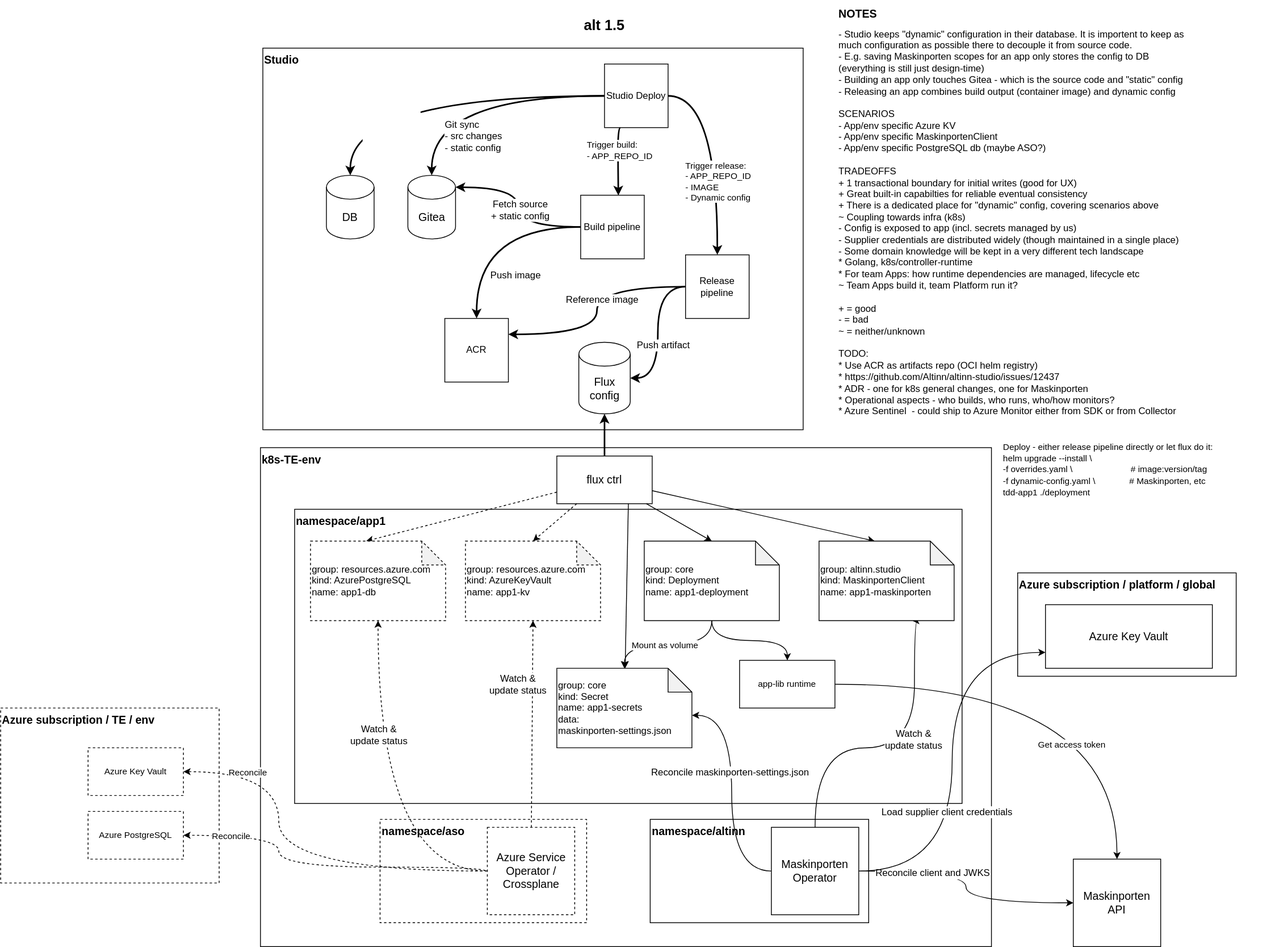
Altinn/altinn-k8s-operator keeps this draw.io diagram as docs/maskinporten.drawio.svg. Above is the earlier version. Source tidied: cells renumbered, new cells last; positions are measured from the earlier drawing's top-left corner, leaving out a move shared by most shapes.
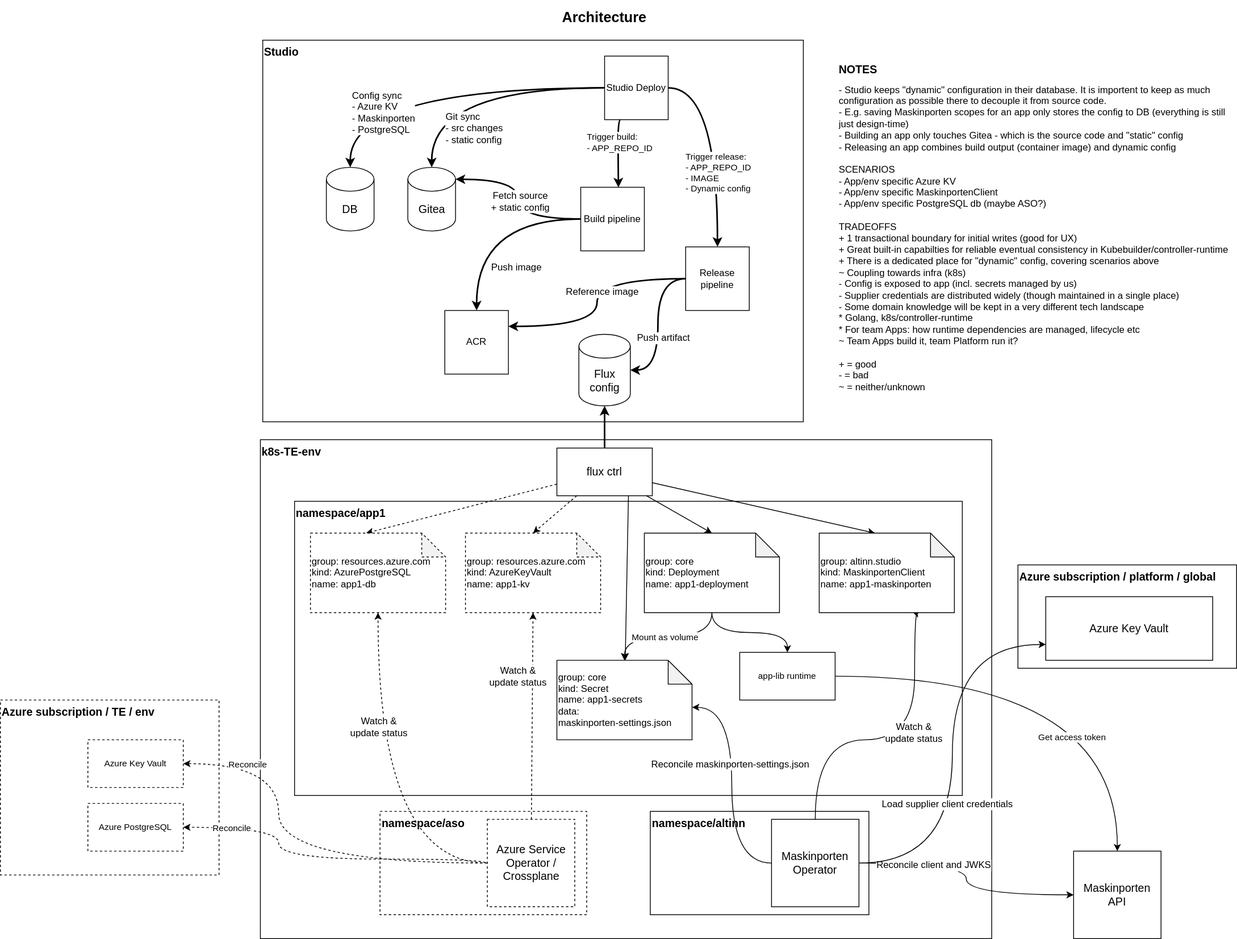
The same diagram one commit later.

Diff of the diagram source:
```diff
@@ -28,12 +28,12 @@
     <mxCell id="9" value="Studio" style="rounded=0;whiteSpace=wrap;html=1;fontSize=14;fillColor=none;verticalAlign=top;align=left;fontStyle=1;" parent="1" vertex="1">
       <mxGeometry x="330" y="50" width="680" height="480" as="geometry" />
     </mxCell>
-    <mxCell id="10" style="edgeStyle=orthogonalEdgeStyle;html=1;entryX=0.5;entryY=0;entryDx=0;entryDy=0;entryPerimeter=0;fontSize=11;fontColor=#FFFFFF;curved=1;strokeWidth=2;" parent="1" edge="1" source="18" target="30">
+    <mxCell id="10" style="edgeStyle=orthogonalEdgeStyle;html=1;entryX=0.5;entryY=0;entryDx=0;entryDy=0;entryPerimeter=0;fontSize=12;fontColor=default;curved=1;strokeWidth=2;labelBackgroundColor=default;" parent="1" edge="1" source="18" target="30">
       <mxGeometry relative="1" as="geometry" />
     </mxCell>
-    <mxCell id="11" value="&lt;div style=&quot;text-align: left;&quot;&gt;Config sync&lt;/div&gt;&lt;div style=&quot;text-align: left;&quot;&gt;- Azure KV&lt;/div&gt;&lt;div style=&quot;text-align: left;&quot;&gt;- Maskinporten&lt;/div&gt;&lt;div style=&quot;text-align: left;&quot;&gt;- PostgreSQL&lt;/div&gt;" style="edgeLabel;html=1;align=center;verticalAlign=middle;fontSize=11;fontColor=#FFFFFF;" parent="10" vertex="1">
-      <mxGeometry x="0.32" y="10" relative="1" as="geometry">
-        <mxPoint x="7" y="20" as="offset" />
+    <mxCell id="11" value="&lt;div style=&quot;text-align: left; font-size: 12px;&quot;&gt;Config sync&lt;/div&gt;&lt;div style=&quot;text-align: left; font-size: 12px;&quot;&gt;- Azure KV&lt;/div&gt;&lt;div style=&quot;text-align: left; font-size: 12px;&quot;&gt;- Maskinporten&lt;/div&gt;&lt;div style=&quot;text-align: left; font-size: 12px;&quot;&gt;- PostgreSQL&lt;/div&gt;" style="edgeLabel;html=1;align=center;verticalAlign=middle;fontSize=12;fontColor=default;labelBackgroundColor=default;" parent="10" vertex="1">
+      <mxGeometry x="0.28" y="37" relative="1" as="geometry">
+        <mxPoint x="-10" y="-7" as="offset" />
       </mxGeometry>
     </mxCell>
     <mxCell id="12" style="edgeStyle=orthogonalEdgeStyle;html=1;entryX=0.593;entryY=0.004;entryDx=0;entryDy=0;entryPerimeter=0;fontSize=12;strokeWidth=2;curved=1;exitX=0.25;exitY=1;exitDx=0;exitDy=0;" parent="1" edge="1" source="18" target="60">
@@ -49,10 +49,10 @@
         <mxPoint x="2" y="3" as="offset" />
       </mxGeometry>
     </mxCell>
-    <mxCell id="14" style="edgeStyle=orthogonalEdgeStyle;html=1;entryX=0.5;entryY=0;entryDx=0;entryDy=0;entryPerimeter=0;fontSize=12;curved=1;strokeWidth=2;" parent="1" edge="1" source="18" target="28">
+    <mxCell id="14" style="edgeStyle=orthogonalEdgeStyle;html=1;entryX=0.5;entryY=0;entryDx=0;entryDy=0;entryPerimeter=0;fontSize=12;curved=1;strokeWidth=2;labelBackgroundColor=default;" parent="1" edge="1" source="18" target="28">
       <mxGeometry relative="1" as="geometry" />
     </mxCell>
-    <mxCell id="15" value="&lt;div style=&quot;text-align: left;&quot;&gt;Git sync&lt;/div&gt;&lt;div style=&quot;text-align: left;&quot;&gt;- src changes&lt;/div&gt;&lt;div style=&quot;text-align: left;&quot;&gt;- static config&lt;/div&gt;" style="edgeLabel;html=1;align=center;verticalAlign=middle;fontSize=12;" parent="14" vertex="1">
+    <mxCell id="15" value="&lt;div style=&quot;text-align: left;&quot;&gt;Git sync&lt;/div&gt;&lt;div style=&quot;text-align: left;&quot;&gt;- src changes&lt;/div&gt;&lt;div style=&quot;text-align: left;&quot;&gt;- static config&lt;/div&gt;" style="edgeLabel;html=1;align=center;verticalAlign=middle;fontSize=12;labelBackgroundColor=default;" parent="14" vertex="1">
       <mxGeometry x="0.24" y="13" relative="1" as="geometry">
         <mxPoint x="32" y="37" as="offset" />
       </mxGeometry>
@@ -100,7 +100,7 @@
     <mxCell id="25" value="Maskinporten Operator" style="whiteSpace=wrap;html=1;fontSize=14;" parent="1" vertex="1">
       <mxGeometry x="970" y="1030" width="110" height="110" as="geometry" />
     </mxCell>
-    <mxCell id="26" value="&lt;h1 style=&quot;font-size: 18px;&quot;&gt;alt 1.5&lt;/h1&gt;" style="text;html=1;strokeColor=none;fillColor=none;spacing=5;spacingTop=-20;whiteSpace=wrap;overflow=hidden;rounded=0;align=center;verticalAlign=top;fontSize=18;" parent="1" vertex="1">
+    <mxCell id="26" value="&lt;h1 style=&quot;font-size: 18px;&quot;&gt;Architecture&lt;/h1&gt;" style="text;html=1;strokeColor=none;fillColor=none;spacing=5;spacingTop=-20;whiteSpace=wrap;overflow=hidden;rounded=0;align=center;verticalAlign=top;fontSize=18;" parent="1" vertex="1">
       <mxGeometry x="665" y="10" width="190" height="30" as="geometry" />
     </mxCell>
     <mxCell id="27" value="Maskinporten API" style="whiteSpace=wrap;html=1;fontSize=14;" parent="1" vertex="1">
@@ -109,8 +109,8 @@
     <mxCell id="28" value="Gitea" style="shape=cylinder3;whiteSpace=wrap;html=1;boundedLbl=1;backgroundOutline=1;size=15;fontSize=14;" parent="1" vertex="1">
       <mxGeometry x="512.5" y="210" width="60" height="80" as="geometry" />
     </mxCell>
-    <mxCell id="29" value="&lt;h1 style=&quot;font-size: 14px;&quot;&gt;NOTES&lt;/h1&gt;&lt;div&gt;- Studio keeps &quot;dynamic&quot; configuration in their database. It is importent to keep as much configuration as possible there to decouple it from source code.&lt;/div&gt;&lt;div&gt;- E.g. saving Maskinporten scopes for an app only stores the config to DB (everything is still just design-time)&lt;/div&gt;&lt;div&gt;- Building an app only touches Gitea - which is the source code and &quot;static&quot; config&lt;/div&gt;&lt;div&gt;- Releasing an app combines build output (container image) and dynamic config&lt;/div&gt;&lt;div&gt;&lt;br&gt;&lt;/div&gt;&lt;div&gt;SCENARIOS&lt;/div&gt;&lt;div&gt;- App/env specific Azure KV&lt;/div&gt;&lt;div&gt;- App/env specific MaskinportenClient&lt;/div&gt;&lt;div&gt;- App/env specific PostgreSQL db (maybe ASO?)&lt;/div&gt;&lt;div&gt;&lt;br&gt;&lt;/div&gt;&lt;div&gt;TRADEOFFS&lt;br&gt;+ 1 transactional boundary for initial writes (good for UX)&lt;br&gt;+ Great built-in capabilties for reliable eventual consistency&lt;/div&gt;&lt;div&gt;+ There is a dedicated place for &quot;dynamic&quot; config, covering scenarios above&lt;br&gt;~ Coupling towards infra (k8s)&lt;/div&gt;&lt;div&gt;- Config is exposed to app (incl. secrets managed by us)&lt;/div&gt;&lt;div&gt;- Supplier credentials are distributed widely (though maintained in a single place)&lt;/div&gt;&lt;div&gt;- Some domain knowledge will be kept in a very different tech landscape&lt;/div&gt;&lt;div&gt;&amp;nbsp; * Golang, k8s/controller-runtime&lt;br&gt;&amp;nbsp; * For team Apps: how runtime dependencies are managed, lifecycle etc&lt;/div&gt;&lt;div&gt;~ Team Apps build it, team Platform run it?&lt;/div&gt;&lt;div&gt;&lt;br&gt;&lt;/div&gt;&lt;div&gt;+ = good&lt;/div&gt;&lt;div&gt;- = bad&lt;/div&gt;&lt;div&gt;~ = neither/unknown&lt;br&gt;&lt;br&gt;TODO:&lt;/div&gt;&lt;div&gt;* Use ACR as artifacts repo (OCI helm registry)&lt;br&gt;*&amp;nbsp;https://github.com/Altinn/altinn-studio/issues/12437&lt;br&gt;* ADR - one for k8s general changes, one for Maskinporten&lt;br&gt;* Operational aspects - who builds, who runs, who/how monitors?&lt;br&gt;* Azure Sentinel&amp;nbsp; - could ship to Azure Monitor either from SDK or from Collector&lt;/div&gt;" style="text;html=1;strokeColor=none;fillColor=none;spacing=5;spacingTop=-20;whiteSpace=wrap;overflow=hidden;rounded=0;" parent="1" vertex="1">
-      <mxGeometry x="1050" width="460" height="520" as="geometry" />
+    <mxCell id="29" value="&lt;h1 style=&quot;font-size: 14px;&quot;&gt;NOTES&lt;/h1&gt;&lt;div&gt;- Studio keeps &quot;dynamic&quot; configuration in their database. It is importent to keep as much configuration as possible there to decouple it from source code.&lt;/div&gt;&lt;div&gt;- E.g. saving Maskinporten scopes for an app only stores the config to DB (everything is still just design-time)&lt;/div&gt;&lt;div&gt;- Building an app only touches Gitea - which is the source code and &quot;static&quot; config&lt;/div&gt;&lt;div&gt;- Releasing an app combines build output (container image) and dynamic config&lt;/div&gt;&lt;div&gt;&lt;br&gt;&lt;/div&gt;&lt;div&gt;SCENARIOS&lt;/div&gt;&lt;div&gt;- App/env specific Azure KV&lt;/div&gt;&lt;div&gt;- App/env specific MaskinportenClient&lt;/div&gt;&lt;div&gt;- App/env specific PostgreSQL db (maybe ASO?)&lt;/div&gt;&lt;div&gt;&lt;br&gt;&lt;/div&gt;&lt;div&gt;TRADEOFFS&lt;br&gt;+ 1 transactional boundary for initial writes (good for UX)&lt;br&gt;+ Great built-in capabilties for reliable eventual consistency in Kubebuilder/controller-runtime&lt;/div&gt;&lt;div&gt;+ There is a dedicated place for &quot;dynamic&quot; config, covering scenarios above&lt;br&gt;~ Coupling towards infra (k8s)&lt;/div&gt;&lt;div&gt;- Config is exposed to app (incl. secrets managed by us)&lt;/div&gt;&lt;div&gt;- Supplier credentials are distributed widely (though maintained in a single place)&lt;/div&gt;&lt;div&gt;- Some domain knowledge will be kept in a very different tech landscape&lt;/div&gt;&lt;div&gt;&amp;nbsp; * Golang, k8s/controller-runtime&lt;br&gt;&amp;nbsp; * For team Apps: how runtime dependencies are managed, lifecycle etc&lt;/div&gt;&lt;div&gt;~ Team Apps build it, team Platform run it?&lt;/div&gt;&lt;div&gt;&lt;br&gt;&lt;/div&gt;&lt;div&gt;+ = good&lt;/div&gt;&lt;div&gt;- = bad&lt;/div&gt;&lt;div&gt;~ = neither/unknown&lt;br&gt;&lt;/div&gt;" style="text;html=1;strokeColor=none;fillColor=none;spacing=5;spacingTop=-20;whiteSpace=wrap;overflow=hidden;rounded=0;" parent="1" vertex="1">
+      <mxGeometry x="1050" y="80" width="500" height="430" as="geometry" />
     </mxCell>
     <mxCell id="30" value="DB" style="shape=cylinder3;whiteSpace=wrap;html=1;boundedLbl=1;backgroundOutline=1;size=15;fontSize=14;" parent="1" vertex="1">
       <mxGeometry x="410" y="210" width="60" height="80" as="geometry" />
@@ -256,9 +256,6 @@
     <mxCell id="68" value="Release pipeline" style="whiteSpace=wrap;html=1;" parent="1" vertex="1">
       <mxGeometry x="862" y="310" width="80" height="80" as="geometry" />
     </mxCell>
-    <mxCell id="69" value="&lt;font style=&quot;font-size: 11px;&quot;&gt;Deploy - either release pipeline directly or let flux do it:&lt;br&gt;helm upgrade --install \&lt;br&gt;&amp;nbsp; &amp;nbsp; -f overrides.yaml \&amp;nbsp; &amp;nbsp; &amp;nbsp; &amp;nbsp; &amp;nbsp; &amp;nbsp; &amp;nbsp; &amp;nbsp; &amp;nbsp; &amp;nbsp; &amp;nbsp; &amp;nbsp; # image:version/tag&lt;br&gt;&amp;nbsp; &amp;nbsp; -f dynamic-config.yaml \&amp;nbsp; &amp;nbsp; &amp;nbsp; &amp;nbsp; &amp;nbsp; &amp;nbsp; &amp;nbsp; # Maskinporten, etc&lt;br&gt;&amp;nbsp; &amp;nbsp; tdd-app1 ./deployment&lt;br&gt;&lt;/font&gt;" style="text;html=1;strokeColor=none;fillColor=none;align=left;verticalAlign=middle;whiteSpace=wrap;rounded=0;fontSize=12;" parent="1" vertex="1">
-      <mxGeometry x="1260" y="530" width="337.5" height="100" as="geometry" />
-    </mxCell>
     <mxCell id="70" value="Azure Key Vault" style="rounded=0;whiteSpace=wrap;html=1;fontSize=11;dashed=1;" parent="1" vertex="1">
       <mxGeometry x="110" y="930" width="120" height="60" as="geometry" />
     </mxCell>
```
